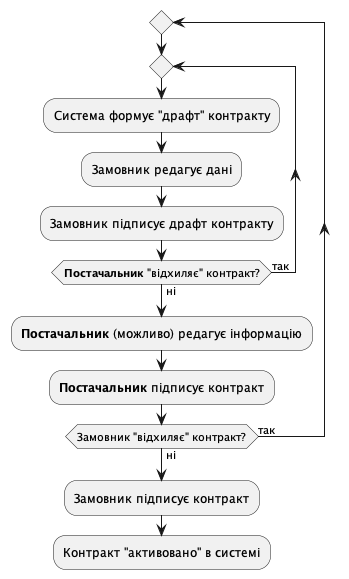
ProzorroUKR/openprocurement.api keeps this PlantUML diagram as docs/source/development/img/e_contract_signing/activity.png. Above is the earlier version. The source it was exported from:
```plantuml
@startuml


repeat
repeat
    :Система формує "драфт" контракту;
    :Замовник редагує дані;
    :Замовник підписує драфт контракту;

repeat while (**Постачальник** "відхиляє" контракт?) is (так) not (ні);

:**Постачальник** (можливо) редагує інформацію;
:**Постачальник** підписує контракт;


repeat while (Замовник "відхиляє" контракт?) is (так) not (ні);
:Замовник підписує контракт;

:Контракт "активовано" в системі;

@enduml
```
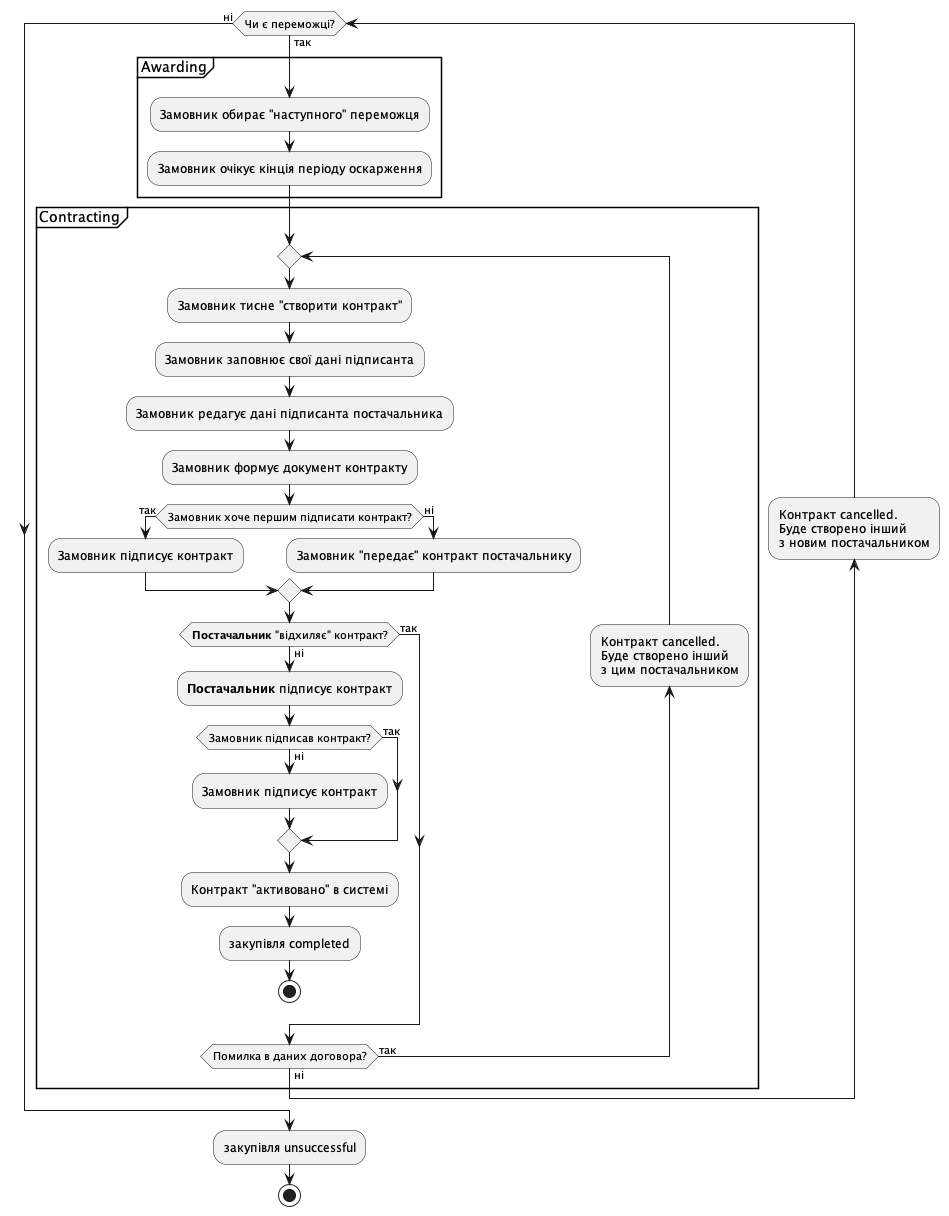
The same diagram one commit later.

The edit, as a diff of the source:
```diff
@@ -1,21 +1,53 @@
 @startuml
 
-
-repeat
-repeat
-    :Система формує "драфт" контракту;
-    :Замовник редагує дані;
-    :Замовник підписує драфт контракту;
-
-repeat while (**Постачальник** "відхиляє" контракт?) is (так) not (ні);
-
-:**Постачальник** (можливо) редагує інформацію;
-:**Постачальник** підписує контракт;
+while (Чи є переможці?) is (так)
 
 
-repeat while (Замовник "відхиляє" контракт?) is (так) not (ні);
-:Замовник підписує контракт;
+  partition Awarding {
+        label awarding
+        :Замовник обирає "наступного" переможця;
+        :Замовник очікує кінція періоду оскарження;
+    }
 
-:Контракт "активовано" в системі;
+    partition Contracting {
+        repeat
+        :Замовник тисне "створити контракт";
+        :Замовник заповнює свої дані підписанта;
+        :Замовник редагує дані підписанта постачальника;
+        :Замовник формує документ контракту;
+
+        if (Замовник хоче першим підписати контракт?) then (так)
+            :Замовник підписує контракт;
+        else (ні)
+            :Замовник "передає" контракт постачальнику;
+        endif
+
+
+        if (**Постачальник** "відхиляє" контракт?) then (так)
+        else (ні)
+          :**Постачальник** підписує контракт;
+
+          if (Замовник підписав контракт?) then (так)
+          else (ні)
+                :Замовник підписує контракт;
+          endif
+
+          :Контракт "активовано" в системі;
+          :закупівля completed;
+          stop
+        endif
+
+        backward:Контракт cancelled.\nБуде створено інший\nз цим постачальником;
+        repeat while (Помилка в даних договора?) is (так) not (ні);
+
+    }
+
+backward:Контракт cancelled.\nБуде створено інший\nз новим постачальником;
+endwhile (ні)
+:закупівля unsuccessful;
+stop
+
+
+
 
 @enduml
```
